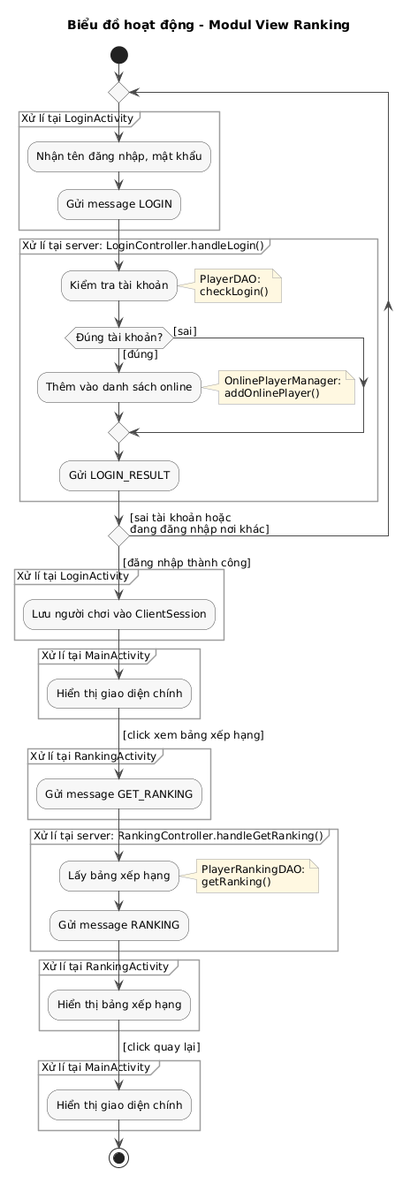
VattenL/mobile-pikachu keeps this PlantUML diagram as docs/uml/pha3/activity-m1.png. Above is the earlier version.
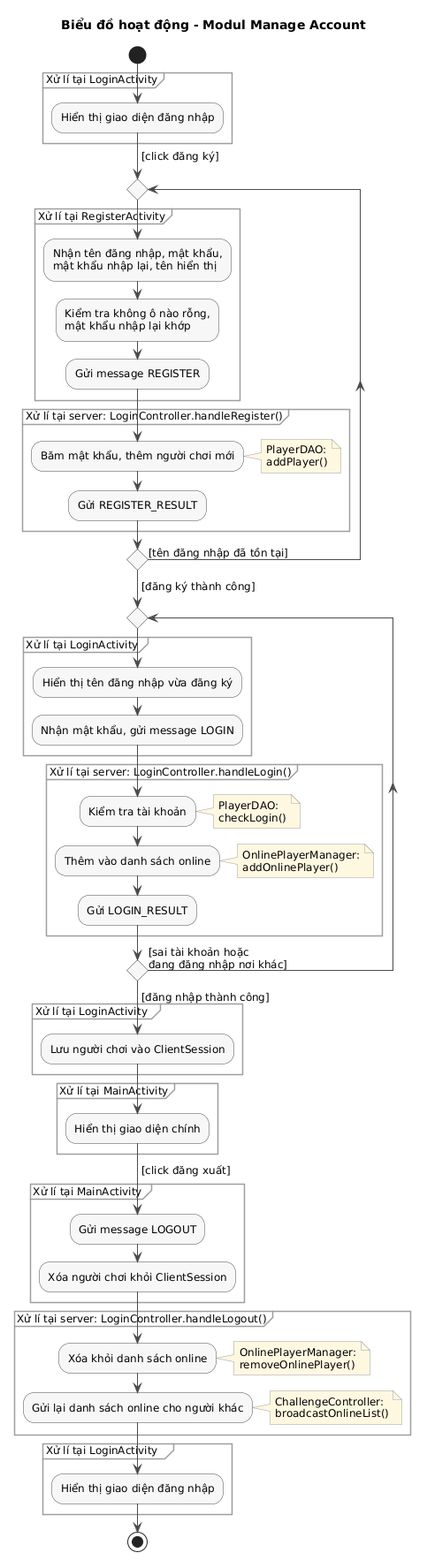
The same file after the commit.

The edit, as a diff of the source:
```diff
@@ -1,5 +1,5 @@
 @startuml
-title Biểu đồ hoạt động - Modul View Ranking
+title Biểu đồ hoạt động - Modul Manage Account
 
 skinparam shadowing false
 skinparam defaultFontSize 12
@@ -17,44 +17,56 @@
 }
 
 start
+partition "Xử lí tại LoginActivity" {
+  :Hiển thị giao diện đăng nhập;
+}
+->[click đăng ký];
 repeat
-  partition "Xử lí tại LoginActivity" {
-    :Nhận tên đăng nhập, mật khẩu;
-    :Gửi message LOGIN;
+  partition "Xử lí tại RegisterActivity" {
+    :Nhận tên đăng nhập, mật khẩu,\nmật khẩu nhập lại, tên hiển thị;
+    :Kiểm tra không ô nào rỗng,\nmật khẩu nhập lại khớp;
+    :Gửi message REGISTER;
+  }
+  partition "Xử lí tại server: LoginController.handleRegister()" {
+    :Băm mật khẩu, thêm người chơi mới;
+    note right: PlayerDAO:\naddPlayer()
+    :Gửi REGISTER_RESULT;
+  }
+repeat while () is ([tên đăng nhập đã tồn tại])
+->[đăng ký thành công];
+repeat
+  partition "Xử lí tại LoginActivity " {
+    :Hiển thị tên đăng nhập vừa đăng ký;
+    :Nhận mật khẩu, gửi message LOGIN;
   }
   partition "Xử lí tại server: LoginController.handleLogin()" {
     :Kiểm tra tài khoản;
     note right: PlayerDAO:\ncheckLogin()
-    if (Đúng tài khoản?) then ([đúng])
-      :Thêm vào danh sách online;
-      note right: OnlinePlayerManager:\naddOnlinePlayer()
-    else ([sai])
-    endif
+    :Thêm vào danh sách online;
+    note right: OnlinePlayerManager:\naddOnlinePlayer()
     :Gửi LOGIN_RESULT;
   }
 repeat while () is ([sai tài khoản hoặc\nđang đăng nhập nơi khác])
 ->[đăng nhập thành công];
-partition "Xử lí tại LoginActivity " {
+partition "Xử lí tại LoginActivity  " {
   :Lưu người chơi vào ClientSession;
 }
 partition "Xử lí tại MainActivity" {
   :Hiển thị giao diện chính;
 }
-->[click xem bảng xếp hạng];
-partition "Xử lí tại RankingActivity" {
-  :Gửi message GET_RANKING;
+->[click đăng xuất];
+partition "Xử lí tại MainActivity " {
+  :Gửi message LOGOUT;
+  :Xóa người chơi khỏi ClientSession;
 }
-partition "Xử lí tại server: RankingController.handleGetRanking()" {
-  :Lấy bảng xếp hạng;
-  note right: PlayerRankingDAO:\ngetRanking()
-  :Gửi message RANKING;
+partition "Xử lí tại server: LoginController.handleLogout()" {
+  :Xóa khỏi danh sách online;
+  note right: OnlinePlayerManager:\nremoveOnlinePlayer()
+  :Gửi lại danh sách online cho người khác;
+  note right: ChallengeController:\nbroadcastOnlineList()
 }
-partition "Xử lí tại RankingActivity " {
-  :Hiển thị bảng xếp hạng;
-}
-->[click quay lại];
-partition "Xử lí tại MainActivity " {
-  :Hiển thị giao diện chính;
+partition "Xử lí tại LoginActivity   " {
+  :Hiển thị giao diện đăng nhập;
 }
 stop
 @enduml
```
